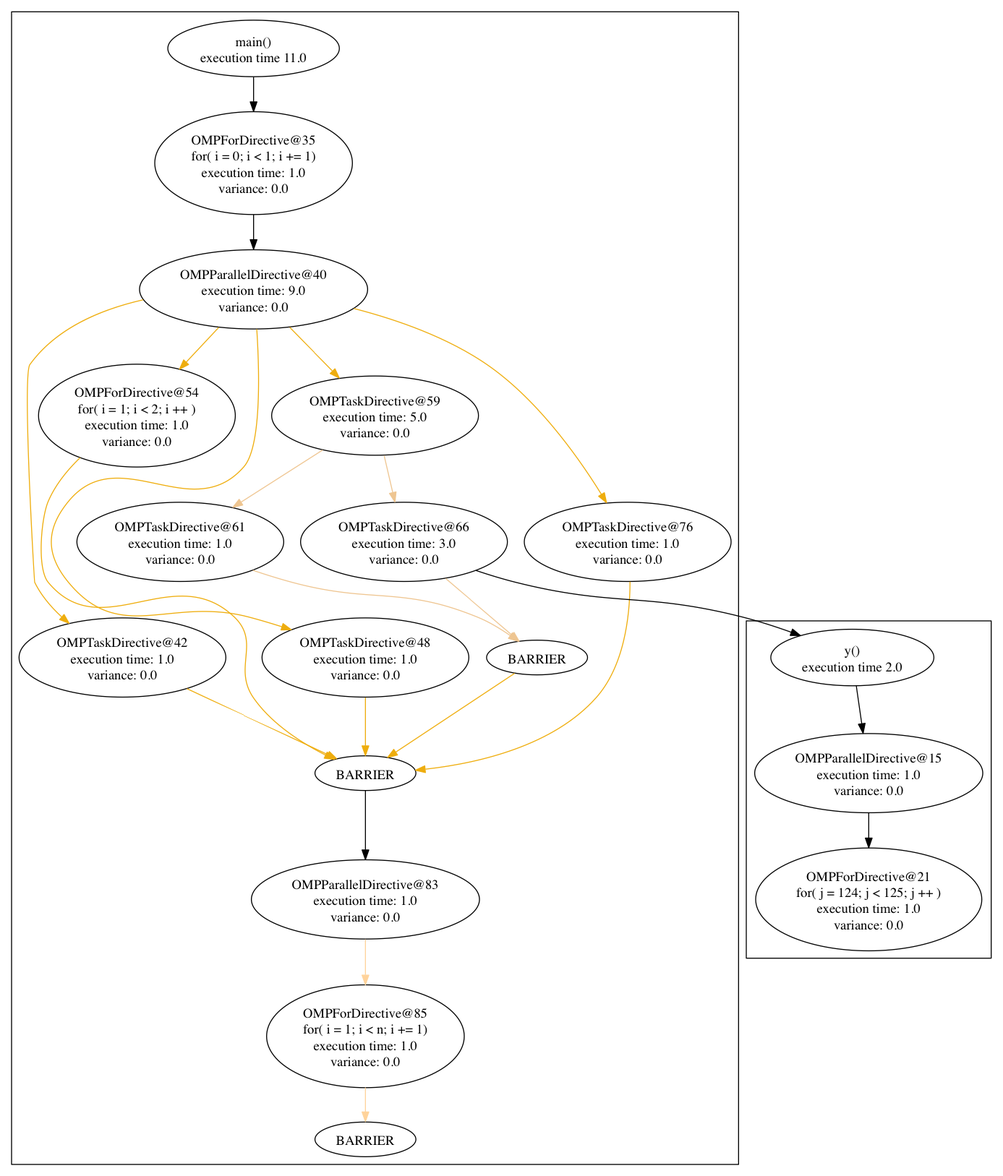
Above: graph_sched/graphs/function_graphs.png in filippobrizzi/soma (Graphviz), before the change. Its source is kept beside it as graph_sched/graphs/function_graphs.dot.
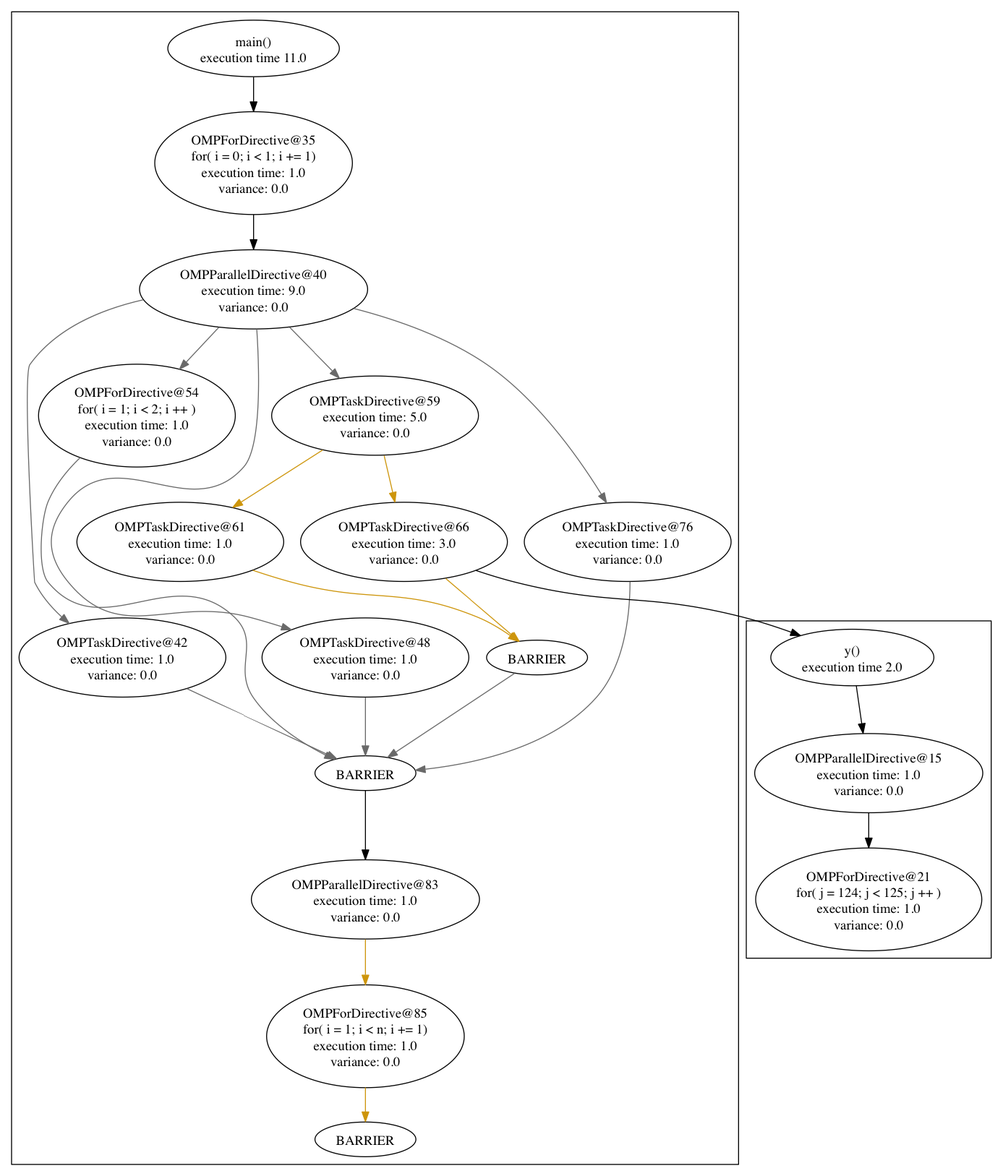
Above is the later version.

The edit, as a diff of the source:
```diff
@@ -35,14 +35,14 @@
 			pos="183,654",
 			root=28,
 			width=2.9745];
-		59 -> 61		 [color=burlywood2,
+		59 -> 61		 [color=darkgoldenrod3,
 			pos="e,237.5,689.8 330.6,749.26 304.56,732.63 273.22,712.61 246.13,695.32"];
 		66		 [height=1.1471,
 			label="OMPTaskDirective@66\nexecution time: 3.0\nvariance: 0.0",
 			pos="415,654",
 			root=28,
 			width=2.9745];
-		59 -> 66		 [color=burlywood2,
+		59 -> 66		 [color=darkgoldenrod3,
 			pos="e,405.62,695.32 394.41,743.54 397.23,731.41 400.36,717.96 403.31,705.28"];
 		48		 [height=1.1471,
 			label="OMPTaskDirective@48\nexecution time: 1.0\nvariance: 0.0",
@@ -54,21 +54,21 @@
 			pos="375,414",
 			root=28,
 			width=1.4568];
-		48 -> "40_end"		 [color=darkgoldenrod2,
+		48 -> "40_end"		 [color=dimgrey,
 			pos="e,375,432.29 375,492.39 375,475.87 375,457.21 375,442.35"];
 		76		 [height=1.1471,
 			label="OMPTaskDirective@76\nexecution time: 1.0\nvariance: 0.0",
 			pos="647,654",
 			root=28,
 			width=2.9745];
-		76 -> "40_end"		 [color=darkgoldenrod2,
+		76 -> "40_end"		 [color=dimgrey,
 			pos="e,426.93,417.06 649.42,612.62 649.35,576.67 643.42,524.83 614,492 569.18,441.98 491.74,424.28 437.18,418.11"];
 		"59_end"		 [height=0.5,
 			label=BARRIER,
 			pos="553,534",
 			root=28,
 			width=1.4568];
-		"59_end" -> "40_end"		 [color=darkgoldenrod2,
+		"59_end" -> "40_end"		 [color=dimgrey,
 			pos="e,397.99,430.24 529.73,517.57 498.19,496.67 441.78,459.27 406.49,435.87"];
 		28		 [height=0.8171,
 			label="main()\nexecution time 11.0",
@@ -86,21 +86,21 @@
 			pos="123,534",
 			root=28,
 			width=2.9745];
-		42 -> "40_end"		 [color=darkgoldenrod2,
+		42 -> "40_end"		 [color=dimgrey,
 			pos="e,345.15,428.98 189.87,501.69 236.38,479.91 296.79,451.62 335.73,433.39"];
 		40		 [height=1.1471,
 			label="OMPParallelDirective@40\nexecution time: 9.0\nvariance: 0.0",
 			pos="259,916",
 			root=28,
 			width=3.2896];
-		40 -> 59		 [color=darkgoldenrod2,
+		40 -> 59		 [color=dimgrey,
 			pos="e,347.9,823.98 296.46,876.65 310.3,862.48 326.12,846.29 340.52,831.54"];
-		40 -> 48		 [color=darkgoldenrod2,
+		40 -> 48		 [color=dimgrey,
 			pos="e,298.02,562.83 262.32,874.67 265.31,827.29 266.84,752.54 249,732 194.94,669.74 119.34,759.71 67,696 43.301,667.15 43.227,640.79 \
 67,612 120.89,546.74 172.17,597.63 254,576 265.22,573.03 276.92,569.56 288.42,565.93"];
-		40 -> 76		 [color=darkgoldenrod2,
+		40 -> 76		 [color=dimgrey,
 			pos="e,625.03,694.66 363.05,896.12 408.23,884.47 460.05,866.18 501,838 552.11,802.83 594.17,744.54 619.81,703.2"];
-		40 -> 42		 [color=darkgoldenrod2,
+		40 -> 42		 [color=dimgrey,
 			pos="e,67.684,569.43 144.44,905.16 100.36,895.13 54.134,875.59 27,838 18.974,826.88 31.534,612.95 32,612 38.578,598.56 48.701,586.57 \
 59.841,576.28"];
 		54		 [height=1.4771,
@@ -108,15 +108,15 @@
 			pos="138,785",
 			root=28,
 			width=2.8384];
-		40 -> 54		 [color=darkgoldenrod2,
+		40 -> 54		 [color=dimgrey,
 			pos="e,182.19,833.11 223.02,876.65 212.41,865.33 200.58,852.72 189.2,840.59"];
-		61 -> "59_end"		 [color=burlywood2,
+		61 -> "59_end"		 [color=darkgoldenrod3,
 			pos="e,533.48,550.85 258.28,624.5 271.73,619.95 285.7,615.58 299,612 382.85,589.47 410.53,608.59 491,576 502.96,571.16 515.04,563.84 \
 525.31,556.72"];
 		35 -> 40		 [pos="e,259,957.55 259,993.53 259,985 259,976.18 259,967.69"];
-		66 -> "59_end"		 [color=burlywood2,
+		66 -> "59_end"		 [color=darkgoldenrod3,
 			pos="e,534.43,550.88 458.29,615.99 480.69,596.83 507.33,574.05 526.63,557.54"];
-		54 -> "40_end"		 [color=darkgoldenrod2,
+		54 -> "40_end"		 [color=dimgrey,
 			pos="e,342.74,428.25 79.095,741.33 65.708,728.42 53.295,713.07 46,696 38.665,678.83 34.072,626.36 46,612 101.76,544.88 175.8,636.16 239,\
 576 266.8,549.54 237.04,523.47 259,492 277.54,465.43 308.47,445.57 333.73,432.69"];
 		83		 [height=1.1471,
@@ -129,7 +129,7 @@
 			pos="375,141",
 			root=28,
 			width=2.8425];
-		83 -> 85		 [color=burlywood1,
+		83 -> 85		 [color=darkgoldenrod3,
 			pos="e,375,194.41 375,241.51 375,230.02 375,217.24 375,204.77"];
 		"83_end"		 [height=0.5,
 			label=BARRIER,
@@ -137,7 +137,7 @@
 			root=28,
 			width=1.4568];
 		"40_end" -> 83		 [pos="e,375,324.31 375,395.87 375,380.19 375,356.19 375,334.43"];
-		85 -> "83_end"		 [color=burlywood1,
+		85 -> "83_end"		 [color=darkgoldenrod3,
 			pos="e,375,52.46 375,87.808 375,79.132 375,70.445 375,62.694"];
 	}
 	66 -> 9	 [pos="e,826.16,556.78 489.56,624.34 503.21,619.75 517.43,615.41 531,612 633.48,586.28 663.59,602 766,576 782.7,571.76 800.39,566.04 816.72,\
```
